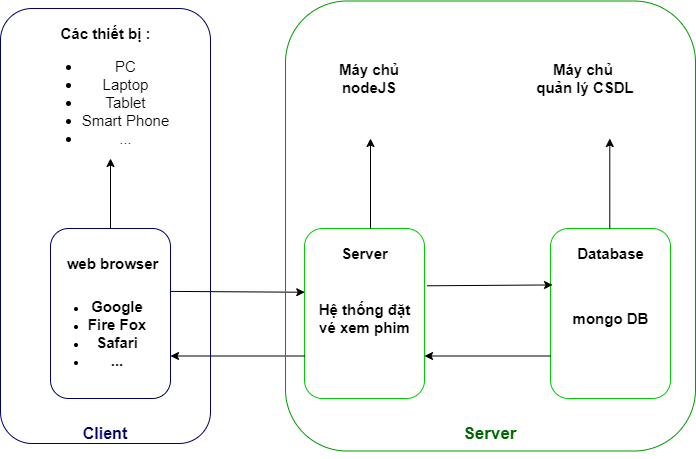
This is Report2_System_Design/image/4.3.png from baolongnguyenmac/CinemaManagementSystem, a draw.io export, as it was before one commit. Source tidied: cells renumbered, new cells last; positions are measured from the earlier drawing's top-left corner, leaving out a move shared by most shapes.
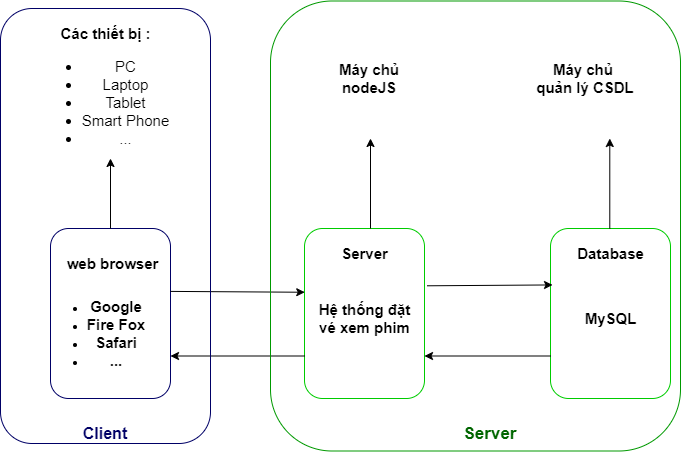
The same file after the commit.

Change to the diagram source:
```diff
@@ -29,7 +29,7 @@
     <mxCell id="10" value="&lt;span style=&quot;font-size: 15px&quot;&gt;&lt;b&gt;Hệ thống đặt vé xem phim&lt;br&gt;&lt;/b&gt;&lt;/span&gt;" style="text;html=1;strokeColor=none;fillColor=none;align=center;verticalAlign=middle;whiteSpace=wrap;rounded=0;" parent="1" vertex="1">
       <mxGeometry x="316.5" y="288" width="95" height="60" as="geometry" />
     </mxCell>
-    <mxCell id="11" value="&lt;span style=&quot;font-size: 15px&quot;&gt;&lt;b&gt;mongo DB&lt;br&gt;&lt;/b&gt;&lt;/span&gt;" style="text;html=1;strokeColor=none;fillColor=none;align=center;verticalAlign=middle;whiteSpace=wrap;rounded=0;" parent="1" vertex="1">
+    <mxCell id="11" value="&lt;span style=&quot;font-size: 15px&quot;&gt;&lt;b&gt;MySQL&lt;br&gt;&lt;/b&gt;&lt;/span&gt;" style="text;html=1;strokeColor=none;fillColor=none;align=center;verticalAlign=middle;whiteSpace=wrap;rounded=0;" parent="1" vertex="1">
       <mxGeometry x="562.5" y="288" width="95" height="60" as="geometry" />
     </mxCell>
     <mxCell id="12" style="endArrow=classic;html=1;exitX=1.023;exitY=0.337;exitDx=0;exitDy=0;exitPerimeter=0;entryX=0.017;entryY=0.332;entryDx=0;entryDy=0;entryPerimeter=0;" parent="1" edge="1" source="3" target="4">
@@ -48,7 +48,7 @@
       <mxGeometry y="8" width="210" height="435" as="geometry" />
     </mxCell>
     <mxCell id="17" style="rounded=1;whiteSpace=wrap;html=1;fillColor=none;strokeColor=#009900;" parent="1" vertex="1">
-      <mxGeometry x="285" y="0.5" width="410" height="450" as="geometry" />
+      <mxGeometry x="270" y="0.5" width="410" height="450" as="geometry" />
     </mxCell>
     <mxCell id="18" value="&lt;font style=&quot;font-size: 17px&quot; color=&quot;#006600&quot;&gt;&lt;b&gt;Server&lt;/b&gt;&lt;/font&gt;" style="text;html=1;strokeColor=none;fillColor=none;align=center;verticalAlign=middle;whiteSpace=wrap;rounded=0;" parent="1" vertex="1">
       <mxGeometry x="470" y="423" width="40" height="20" as="geometry" />
```
